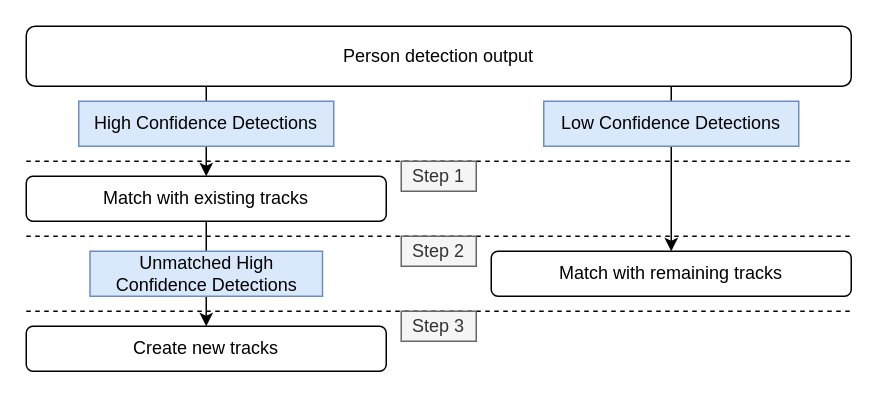
The draw.io diagram Diagrams/ByteTrackDiagram.drawio in DNIIBOY/INNHABIT, before the edit. Source tidied: cells renumbered, new cells numbered last; positions are measured from the earlier drawing's top-left corner, leaving out a move shared by most shapes. Both pictures are drawn from the tidied source at 150%, with x=0, y=0 at pixel (26, 26).
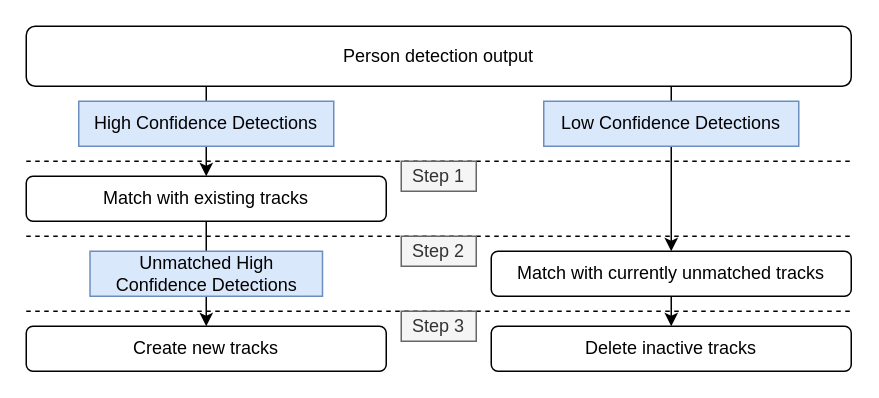
The same diagram, later.

Change to the diagram source:
```diff
@@
-    <mxCell id="10" value="Match with remaining tracks" style="rounded=1;whiteSpace=wrap;html=1;" parent="1" vertex="1">
+    <mxCell id="10" value="Match with currently unmatched tracks" style="rounded=1;whiteSpace=wrap;html=1;" parent="1" vertex="1">
       <mxGeometry x="310" y="150" width="240" height="30" as="geometry" />
     </mxCell>
@@
+    <mxCell id="18" value="&lt;div&gt;Delete inactive tracks&lt;/div&gt;" style="rounded=1;whiteSpace=wrap;html=1;" parent="1" vertex="1">
+      <mxGeometry x="310" y="200" width="240" height="30" as="geometry" />
+    </mxCell>
+    <mxCell id="19" style="endArrow=classic;html=1;rounded=0;exitX=0.5;exitY=1;exitDx=0;exitDy=0;entryX=0.5;entryY=0;entryDx=0;entryDy=0;" parent="1" edge="1" source="10" target="18">
+      <mxGeometry relative="1" as="geometry" />
+    </mxCell>
```
